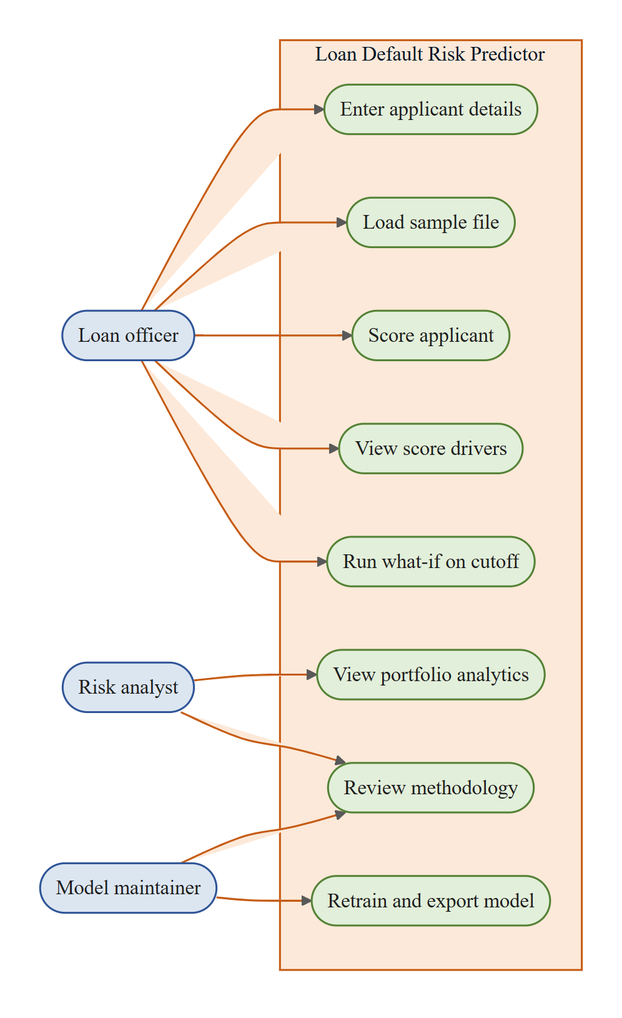
This is report/assets/figures/fig-3-6-usecase.png from gursimrannkaurr/credoscore, a Mermaid export, as it was before one commit. Its source is kept beside it as report/diagrams/fig-3-6-usecase.mmd.
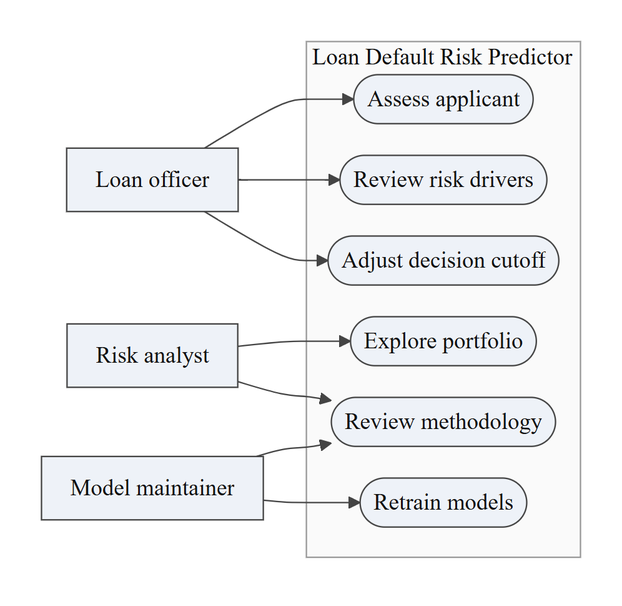
After the commit.

The edit, as a diff of the source:
```diff
@@ -1,34 +1,19 @@
 flowchart LR
-    LO(["Loan officer"])
-    RA(["Risk analyst"])
-    MM(["Model maintainer"])
-
-    subgraph System["Loan Default Risk Predictor"]
-        UC1(["Enter applicant details"])
-        UC2(["Load sample file"])
-        UC3(["Score applicant"])
-        UC4(["View score drivers"])
-        UC5(["Run what-if on cutoff"])
-        UC6(["View portfolio analytics"])
-        UC7(["Review methodology"])
-        UC8(["Retrain and export model"])
-    end
-
-    LO --> UC1
-    LO --> UC2
-    LO --> UC3
-    LO --> UC4
-    LO --> UC5
-
-    RA --> UC6
-    RA --> UC7
-
-    MM --> UC8
-    MM --> UC7
-
-    classDef root fill:#FDE9D9,stroke:#C55A11,stroke-width:1.5px;
-    classDef mid fill:#DCE6F1,stroke:#2F5597,stroke-width:1.5px;
-    classDef leaf fill:#E2EFDA,stroke:#548235,stroke-width:1.5px;
-
-    class LO,RA,MM mid
-    class UC1,UC2,UC3,UC4,UC5,UC6,UC7,UC8 leaf
+ L[Loan officer]
+ R[Risk analyst]
+ M[Model maintainer]
+ subgraph S[Loan Default Risk Predictor]
+ U1([Assess applicant])
+ U2([Review risk drivers])
+ U3([Adjust decision cutoff])
+ U4([Explore portfolio])
+ U5([Review methodology])
+ U6([Retrain models])
+ end
+ L --- U1
+ L --- U2
+ L --- U3
+ R --- U4
+ R --- U5
+ M --- U5
+ M --- U6
```
